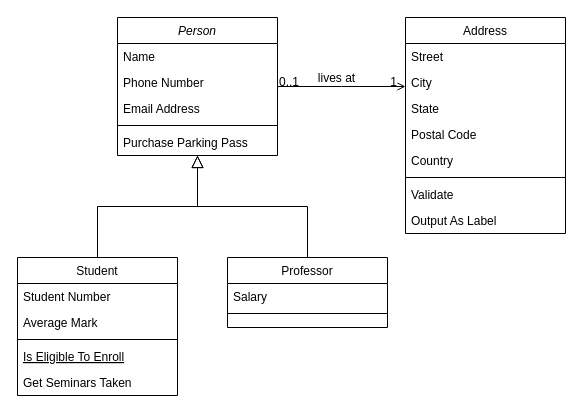
Before: StockingDraws/Diagramme sans nom.drawio in Windryuu/DrawIoRepo, a draw.io diagram. Source tidied: cells renumbered, new cells numbered last; positions are measured from the earlier drawing's top-left corner, leaving out a move shared by most shapes. Both pictures are drawn from the tidied source at 100%, with x=0, y=0 at pixel (17, 17).
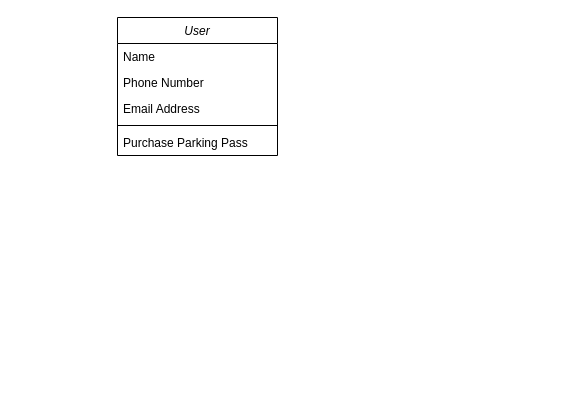
After the change.

Commit message:
Début MCD projet version 0.05

The edit, as a diff of the source:
```diff
@@
-    <mxCell id="2" value="Person" style="swimlane;fontStyle=2;align=center;verticalAlign=top;horizontal=1;startSize=26;rounded=0;shadow=0;strokeWidth=1;" parent="1" vertex="1">
+    <mxCell id="2" value="User" style="swimlane;fontStyle=2;align=center;verticalAlign=top;horizontal=1;startSize=26;rounded=0;shadow=0;strokeWidth=1;" parent="1" vertex="1">
       <mxGeometry x="100" width="160" height="138" as="geometry" />
     </mxCell>
@@
-    <mxCell id="8" value="Student" style="swimlane;fontStyle=0;align=center;verticalAlign=top;horizontal=1;startSize=26;rounded=0;shadow=0;strokeWidth=1;" parent="1" vertex="1">
-      <mxGeometry y="240" width="160" height="138" as="geometry" />
-    </mxCell>
-    <mxCell id="9" value="Student Number" style="text;align=left;verticalAlign=top;spacingLeft=4;spacingRight=4;overflow=hidden;" parent="8" vertex="1">
-      <mxGeometry y="26" width="160" height="26" as="geometry" />
-    </mxCell>
-    <mxCell id="10" value="Average Mark" style="text;align=left;verticalAlign=top;spacingLeft=4;spacingRight=4;overflow=hidden;rounded=0;shadow=0;html=0;" parent="8" vertex="1">
-      <mxGeometry y="52" width="160" height="26" as="geometry" />
-    </mxCell>
-    <mxCell id="11" style="line;html=1;strokeWidth=1;align=left;verticalAlign=middle;spacingTop=-1;spacingLeft=3;spacingRight=3;labelPosition=right;" parent="8" vertex="1">
-      <mxGeometry y="78" width="160" height="8" as="geometry" />
-    </mxCell>
-    <mxCell id="12" value="Is Eligible To Enroll" style="text;align=left;verticalAlign=top;spacingLeft=4;spacingRight=4;overflow=hidden;fontStyle=4;" parent="8" vertex="1">
-      <mxGeometry y="86" width="160" height="26" as="geometry" />
-    </mxCell>
-    <mxCell id="13" value="Get Seminars Taken" style="text;align=left;verticalAlign=top;spacingLeft=4;spacingRight=4;overflow=hidden;" parent="8" vertex="1">
-      <mxGeometry y="112" width="160" height="26" as="geometry" />
-    </mxCell>
-    <mxCell id="14" style="endArrow=block;endSize=10;endFill=0;shadow=0;strokeWidth=1;rounded=0;edgeStyle=elbowEdgeStyle;elbow=vertical;" parent="1" edge="1" source="8" target="2">
-      <mxGeometry relative="1" as="geometry" />
-    </mxCell>
-    <mxCell id="15" value="Professor" style="swimlane;fontStyle=0;align=center;verticalAlign=top;horizontal=1;startSize=26;rounded=0;shadow=0;strokeWidth=1;" parent="1" vertex="1">
-      <mxGeometry x="210" y="240" width="160" height="70" as="geometry" />
-    </mxCell>
-    <mxCell id="16" value="Salary" style="text;align=left;verticalAlign=top;spacingLeft=4;spacingRight=4;overflow=hidden;" parent="15" vertex="1">
-      <mxGeometry y="26" width="160" height="26" as="geometry" />
-    </mxCell>
-    <mxCell id="17" style="line;html=1;strokeWidth=1;align=left;verticalAlign=middle;spacingTop=-1;spacingLeft=3;spacingRight=3;labelPosition=right;" parent="15" vertex="1">
-      <mxGeometry y="52" width="160" height="8" as="geometry" />
-    </mxCell>
-    <mxCell id="18" style="endArrow=block;endSize=10;endFill=0;shadow=0;strokeWidth=1;rounded=0;edgeStyle=elbowEdgeStyle;elbow=vertical;" parent="1" edge="1" source="15" target="2">
-      <mxGeometry relative="1" as="geometry" />
-    </mxCell>
-    <mxCell id="19" value="Address" style="swimlane;fontStyle=0;align=center;verticalAlign=top;horizontal=1;startSize=26;rounded=0;shadow=0;strokeWidth=1;" parent="1" vertex="1">
-      <mxGeometry x="388" width="160" height="216" as="geometry" />
-    </mxCell>
-    <mxCell id="20" value="Street" style="text;align=left;verticalAlign=top;spacingLeft=4;spacingRight=4;overflow=hidden;" parent="19" vertex="1">
-      <mxGeometry y="26" width="160" height="26" as="geometry" />
-    </mxCell>
-    <mxCell id="21" value="City" style="text;align=left;verticalAlign=top;spacingLeft=4;spacingRight=4;overflow=hidden;rounded=0;shadow=0;html=0;" parent="19" vertex="1">
-      <mxGeometry y="52" width="160" height="26" as="geometry" />
-    </mxCell>
-    <mxCell id="22" value="State" style="text;align=left;verticalAlign=top;spacingLeft=4;spacingRight=4;overflow=hidden;rounded=0;shadow=0;html=0;" parent="19" vertex="1">
-      <mxGeometry y="78" width="160" height="26" as="geometry" />
-    </mxCell>
-    <mxCell id="23" value="Postal Code" style="text;align=left;verticalAlign=top;spacingLeft=4;spacingRight=4;overflow=hidden;rounded=0;shadow=0;html=0;" parent="19" vertex="1">
-      <mxGeometry y="104" width="160" height="26" as="geometry" />
-    </mxCell>
-    <mxCell id="24" value="Country" style="text;align=left;verticalAlign=top;spacingLeft=4;spacingRight=4;overflow=hidden;rounded=0;shadow=0;html=0;" parent="19" vertex="1">
-      <mxGeometry y="130" width="160" height="26" as="geometry" />
-    </mxCell>
-    <mxCell id="25" style="line;html=1;strokeWidth=1;align=left;verticalAlign=middle;spacingTop=-1;spacingLeft=3;spacingRight=3;labelPosition=right;" parent="19" vertex="1">
-      <mxGeometry y="156" width="160" height="8" as="geometry" />
-    </mxCell>
-    <mxCell id="26" value="Validate" style="text;align=left;verticalAlign=top;spacingLeft=4;spacingRight=4;overflow=hidden;" parent="19" vertex="1">
-      <mxGeometry y="164" width="160" height="26" as="geometry" />
-    </mxCell>
-    <mxCell id="27" value="Output As Label" style="text;align=left;verticalAlign=top;spacingLeft=4;spacingRight=4;overflow=hidden;" parent="19" vertex="1">
-      <mxGeometry y="190" width="160" height="26" as="geometry" />
-    </mxCell>
-    <mxCell id="28" style="endArrow=open;shadow=0;strokeWidth=1;rounded=0;endFill=1;edgeStyle=elbowEdgeStyle;elbow=vertical;" parent="1" edge="1" source="2" target="19">
-      <mxGeometry x="0.5" y="41" relative="1" as="geometry">
-        <mxPoint x="-40" y="32" as="offset" />
-      </mxGeometry>
-    </mxCell>
-    <mxCell id="29" value="0..1" style="align=left;verticalAlign=bottom;labelBackgroundColor=none;fontSize=12;" parent="28" vertex="1">
-      <mxGeometry x="-1" relative="1" as="geometry">
-        <mxPoint y="4" as="offset" />
-      </mxGeometry>
-    </mxCell>
-    <mxCell id="30" value="1" style="align=right;verticalAlign=bottom;labelBackgroundColor=none;fontSize=12;" parent="28" vertex="1">
-      <mxGeometry x="1" relative="1" as="geometry">
-        <mxPoint x="-7" y="4" as="offset" />
-      </mxGeometry>
-    </mxCell>
-    <mxCell id="31" value="lives at" style="text;html=1;align=center;verticalAlign=middle;labelBackgroundColor=none;rounded=0;shadow=0;strokeWidth=1;fontSize=12;" parent="28" vertex="1">
-      <mxGeometry x="0.5" y="49" relative="1" as="geometry">
-        <mxPoint x="-38" y="40" as="offset" />
-      </mxGeometry>
-    </mxCell>
```
